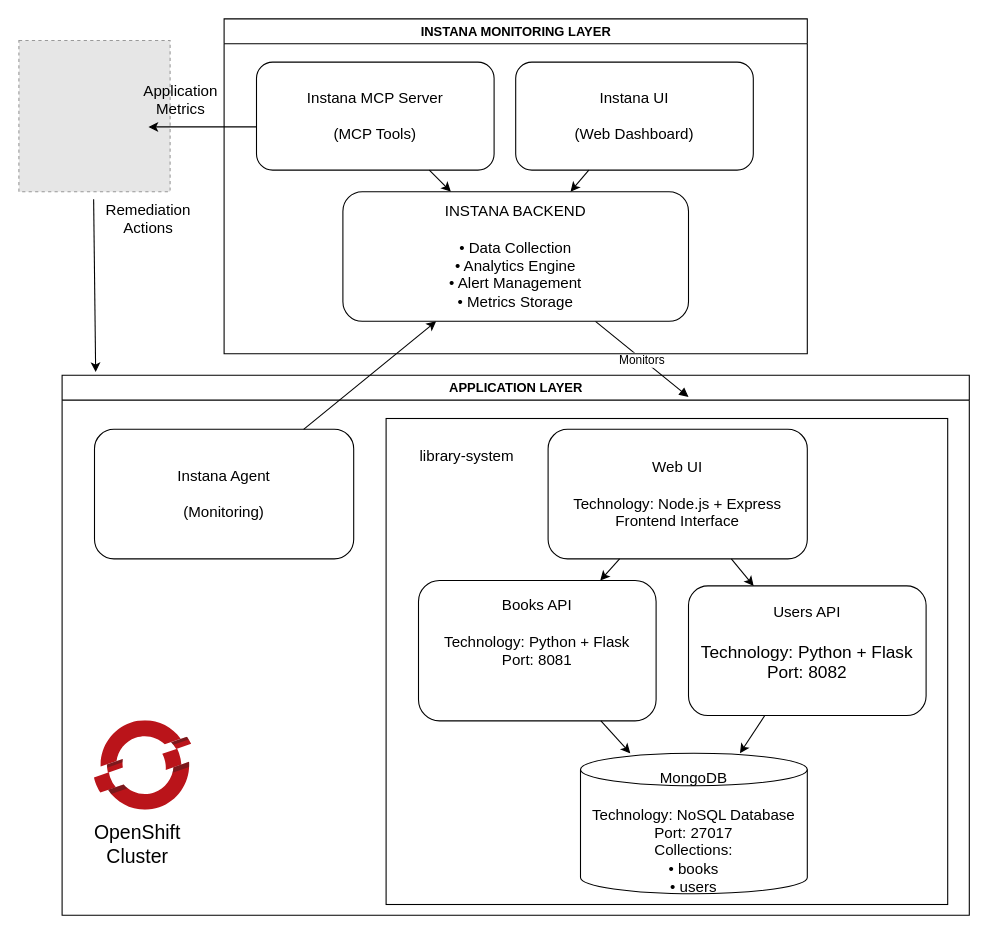
The draw.io diagram smart-incident-diagnosis-remediation/images/library-system-arch.io.drawio in IBM/bob-oic-tutorials, before the edit. Source tidied: cells renumbered, new cells numbered last; positions are measured from the earlier drawing's top-left corner, leaving out a move shared by most shapes. Both pictures are drawn from the tidied source at 108%, with x=0, y=0 at pixel (18, 18). Pictures stored in the file or linked from it are replaced by grey dashed boxes.
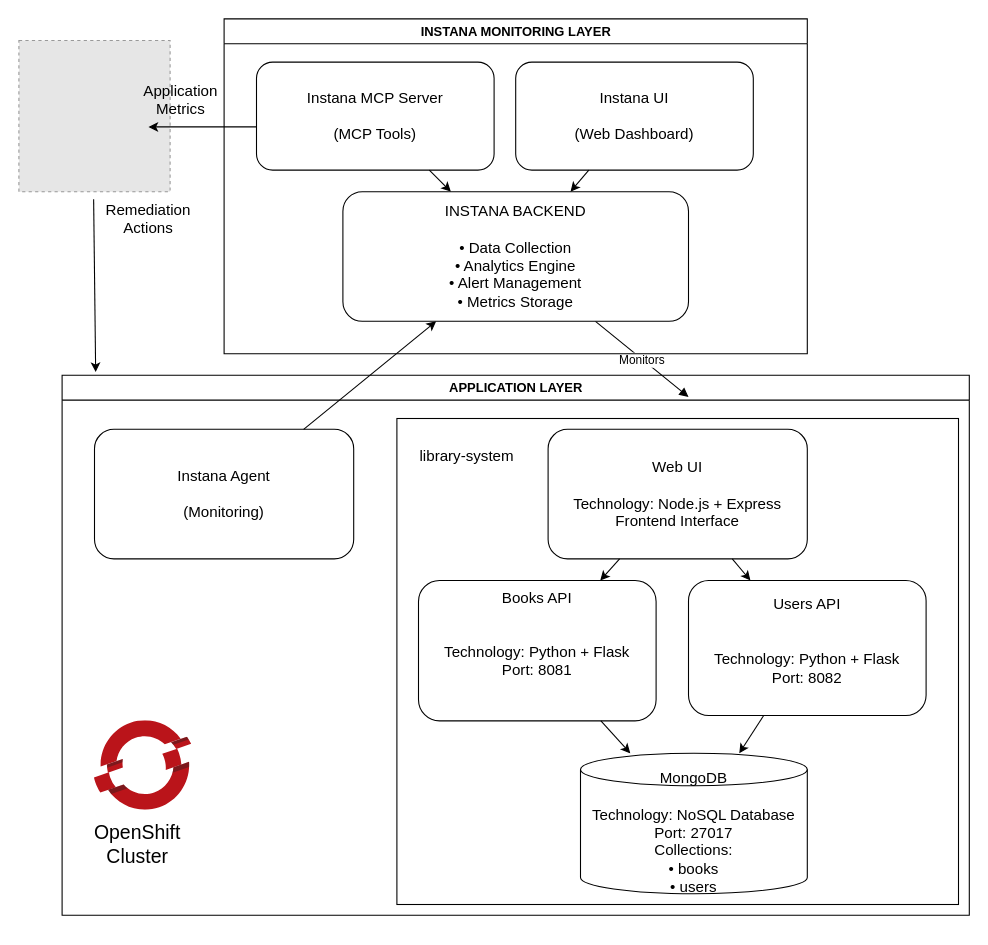
The same diagram, later.

Unchanged cells that the change refers to:
```xml
<mxCell id="2" value="APPLICATION LAYER" style="swimlane;fontStyle=1;html=1;" parent="1" vertex="1">
  <mxGeometry x="40" y="330" width="840" height="500" as="geometry" />
</mxCell>
```

What changed in the source:
```diff
@@
-    <mxCell id="4" value="&lt;font style=&quot;font-size: 14px;&quot;&gt;Books API&lt;br&gt;&lt;br&gt;Technology: Python + Flask&lt;br&gt;Port: 8081&lt;br&gt;&lt;br&gt;&lt;br&gt;&lt;/font&gt;" style="rounded=1;whiteSpace=wrap;html=1;" parent="2" vertex="1">
+    <mxCell id="4" value="&lt;font style=&quot;&quot;&gt;&lt;font style=&quot;font-size: 14px;&quot;&gt;Books API&lt;br&gt;&lt;br&gt;&lt;br&gt;Technology: Python + Flask&lt;br&gt;Port: 8081&lt;br&gt;&lt;br&gt;&lt;/font&gt;&lt;br&gt;&lt;/font&gt;" style="rounded=1;whiteSpace=wrap;html=1;" parent="2" vertex="1">
       <mxGeometry x="330" y="190" width="220" height="130" as="geometry" />
     </mxCell>
-    <mxCell id="5" value="&lt;div&gt;&lt;span style=&quot;background-color: transparent; color: light-dark(rgb(0, 0, 0), rgb(255, 255, 255));&quot;&gt;&lt;font style=&quot;font-size: 14px;&quot;&gt;Users API&lt;/font&gt;&lt;/span&gt;&lt;/div&gt;&lt;font style=&quot;&quot;&gt;&lt;font size=&quot;3&quot;&gt;&lt;br&gt;Technology: Python + Flask&lt;br&gt;Port: 8082&lt;br&gt;&lt;/font&gt;&lt;br&gt;&lt;/font&gt;" style="rounded=1;whiteSpace=wrap;html=1;" parent="2" vertex="1">
-      <mxGeometry x="580" y="195" width="220" height="120" as="geometry" />
+    <mxCell id="5" value="&lt;div&gt;&lt;span style=&quot;background-color: transparent; color: light-dark(rgb(0, 0, 0), rgb(255, 255, 255));&quot;&gt;&lt;font style=&quot;font-size: 14px;&quot;&gt;Users API&lt;/font&gt;&lt;/span&gt;&lt;/div&gt;&lt;div&gt;&lt;span style=&quot;background-color: transparent; color: light-dark(rgb(0, 0, 0), rgb(255, 255, 255));&quot;&gt;&lt;font style=&quot;font-size: 14px;&quot;&gt;&lt;br&gt;&lt;/font&gt;&lt;/span&gt;&lt;/div&gt;&lt;font style=&quot;&quot;&gt;&lt;font style=&quot;font-size: 14px;&quot;&gt;&lt;br&gt;Technology: Python + Flask&lt;br&gt;Port: 8082&lt;br&gt;&lt;/font&gt;&lt;br&gt;&lt;/font&gt;" style="rounded=1;whiteSpace=wrap;html=1;" parent="2" vertex="1">
+      <mxGeometry x="580" y="190" width="220" height="125" as="geometry" />
     </mxCell>
@@
     <mxCell id="15" style="rounded=0;whiteSpace=wrap;html=1;fillColor=none;" parent="2" vertex="1">
-      <mxGeometry x="300" y="40" width="520" height="450" as="geometry" />
+      <mxGeometry x="310" y="40" width="520" height="450" as="geometry" />
     </mxCell>
```
